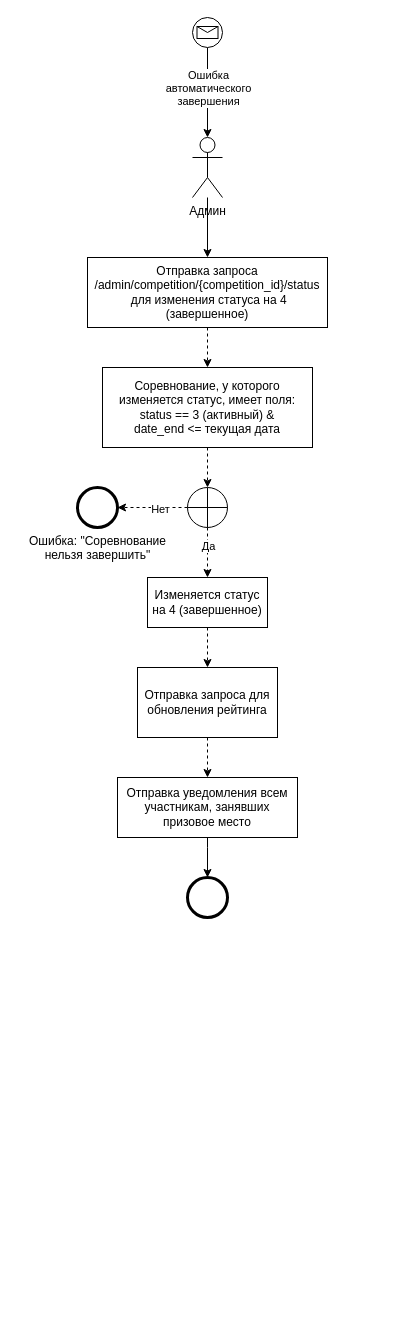
Above: page "Ручное" (2 of 2) of Завершение соревнования.drawio in aau8/draw.io (draw.io), before the change. Source tidied: cells renumbered, new cells numbered last; positions are measured from the earlier drawing's top-left corner, leaving out a move shared by most shapes. Both pictures are drawn from the tidied source at 100%, with x=0, y=0 at pixel (77, 17).
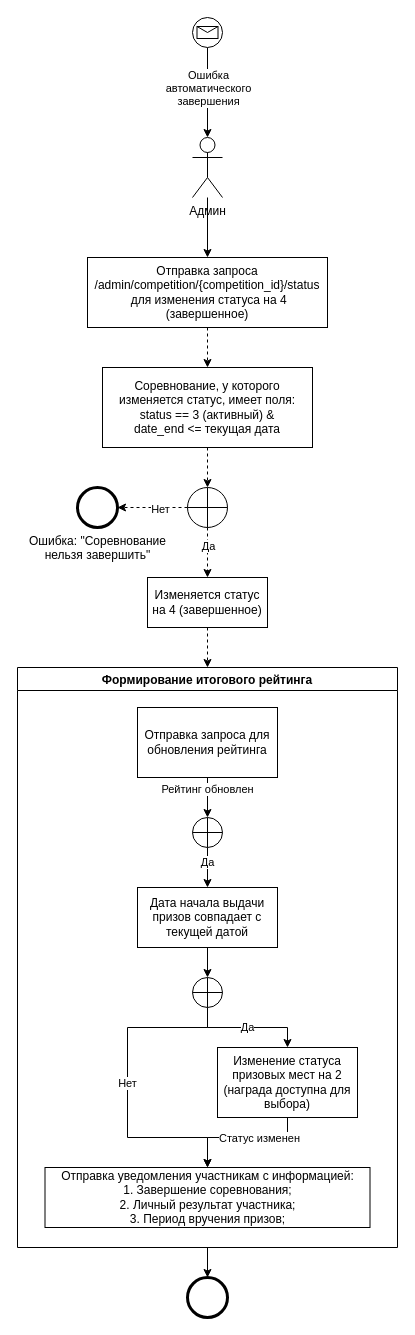
Above is the later version.

The change refers to these unchanged cells:
```xml
<mxCell id="17" value="Изменяется статус на 4 (завершенное)" style="whiteSpace=wrap;html=1;" parent="1" vertex="1">
  <mxGeometry x="70" y="560" width="120" height="50" as="geometry" />
</mxCell>
```

What changed in the source:
```diff
@@
-    <mxCell id="16" style="edgeStyle=orthogonalEdgeStyle;rounded=0;jettySize=auto;html=1;dashed=1;" parent="1" edge="1" source="17" target="20">
+    <mxCell id="16" style="edgeStyle=orthogonalEdgeStyle;rounded=0;jettySize=auto;html=1;dashed=1;" parent="1" edge="1" source="17" target="25">
       <mxGeometry relative="1" as="geometry" />
     </mxCell>
@@
-    <mxCell id="19" style="edgeStyle=orthogonalEdgeStyle;rounded=0;jettySize=auto;html=1;dashed=1;" parent="1" edge="1" source="20" target="22">
-      <mxGeometry relative="1" as="geometry" />
-    </mxCell>
+    <mxCell id="23" style="points=[[0.145,0.145,0],[0.5,0,0],[0.855,0.145,0],[1,0.5,0],[0.855,0.855,0],[0.5,1,0],[0.145,0.855,0],[0,0.5,0]];shape=mxgraph.bpmn.event;html=1;verticalLabelPosition=bottom;labelBackgroundColor=#ffffff;verticalAlign=top;align=center;perimeter=ellipsePerimeter;outlineConnect=0;outline=end;symbol=terminate2;" parent="1" vertex="1">
+      <mxGeometry x="110" y="1260" width="40" height="40" as="geometry" />
+    </mxCell>
+    <mxCell id="24" style="edgeStyle=orthogonalEdgeStyle;rounded=0;jettySize=auto;html=1;" parent="1" edge="1" source="25" target="23">
+      <mxGeometry relative="1" as="geometry" />
+    </mxCell>
+    <mxCell id="25" value="Формирование итогового рейтинга" style="swimlane;" parent="1" vertex="1">
+      <mxGeometry x="-60" y="650" width="380" height="580" as="geometry" />
+    </mxCell>
+    <mxCell id="26" style="edgeStyle=orthogonalEdgeStyle;rounded=0;jettySize=auto;html=1;" parent="25" edge="1" source="20" target="33">
+      <mxGeometry relative="1" as="geometry" />
+    </mxCell>
+    <mxCell id="27" value="Рейтинг обновлен" style="edgeLabel;html=1;align=center;verticalAlign=middle;" parent="26" vertex="1">
+      <mxGeometry x="-0.43" y="-1" relative="1" as="geometry" />
+    </mxCell>
-    <mxCell id="20" value="Отправка запроса для обновления рейтинга" style="whiteSpace=wrap;html=1;rounded=0;" parent="1" vertex="1">
-      <mxGeometry x="60" y="650" width="140" height="70" as="geometry" />
+    <mxCell id="20" value="Отправка запроса для обновления рейтинга" style="whiteSpace=wrap;html=1;rounded=0;" parent="25" vertex="1">
+      <mxGeometry x="120" y="40" width="140" height="70" as="geometry" />
     </mxCell>
-    <mxCell id="21" style="edgeStyle=orthogonalEdgeStyle;rounded=0;jettySize=auto;html=1;" parent="1" edge="1" source="22" target="23">
-      <mxGeometry relative="1" as="geometry">
-        <Array as="points">
-          <mxPoint x="130" y="830" />
-          <mxPoint x="130" y="830" />
-        </Array>
-      </mxGeometry>
-    </mxCell>
-    <mxCell id="22" value="Отправка уведомления всем участникам, занявших призовое место" style="whiteSpace=wrap;html=1;rounded=0;" parent="1" vertex="1">
-      <mxGeometry x="40" y="760" width="180" height="60" as="geometry" />
-    </mxCell>
-    <mxCell id="23" style="points=[[0.145,0.145,0],[0.5,0,0],[0.855,0.145,0],[1,0.5,0],[0.855,0.855,0],[0.5,1,0],[0.145,0.855,0],[0,0.5,0]];shape=mxgraph.bpmn.event;html=1;verticalLabelPosition=bottom;labelBackgroundColor=#ffffff;verticalAlign=top;align=center;perimeter=ellipsePerimeter;outlineConnect=0;outline=end;symbol=terminate2;" parent="1" vertex="1">
-      <mxGeometry x="110" y="860" width="40" height="40" as="geometry" />
-    </mxCell>
+    <mxCell id="28" style="edgeStyle=orthogonalEdgeStyle;rounded=0;jettySize=auto;html=1;" parent="25" edge="1" source="30" target="40">
+      <mxGeometry relative="1" as="geometry">
+        <Array as="points">
+          <mxPoint x="270" y="470" />
+          <mxPoint x="190" y="470" />
+        </Array>
+      </mxGeometry>
+    </mxCell>
+    <mxCell id="29" value="Статус изменен" style="edgeLabel;html=1;align=center;verticalAlign=middle;" parent="28" vertex="1">
+      <mxGeometry x="-0.25" relative="1" as="geometry" />
+    </mxCell>
+    <mxCell id="30" value="Изменение статуса призовых мест на 2 (награда доступна для выбора)" style="whiteSpace=wrap;html=1;rounded=0;" parent="25" vertex="1">
+      <mxGeometry x="200" y="380" width="140" height="70" as="geometry" />
+    </mxCell>
+    <mxCell id="31" style="edgeStyle=orthogonalEdgeStyle;rounded=0;jettySize=auto;html=1;" parent="25" edge="1" source="33" target="34">
+      <mxGeometry relative="1" as="geometry" />
+    </mxCell>
+    <mxCell id="32" value="Да" style="edgeLabel;html=1;align=center;verticalAlign=middle;" parent="31" vertex="1">
+      <mxGeometry x="-0.29" y="-1" relative="1" as="geometry" />
+    </mxCell>
+    <mxCell id="33" style="shape=orEllipse;perimeter=ellipsePerimeter;whiteSpace=wrap;html=1;backgroundOutline=1;" parent="25" vertex="1">
+      <mxGeometry x="175" y="150" width="30" height="30" as="geometry" />
+    </mxCell>
+    <mxCell id="34" value="Дата начала выдачи призов совпадает с текущей датой" style="whiteSpace=wrap;html=1;rounded=0;" parent="25" vertex="1">
+      <mxGeometry x="120" y="220" width="140" height="60" as="geometry" />
+    </mxCell>
+    <mxCell id="35" value="Да" style="edgeStyle=orthogonalEdgeStyle;rounded=0;jettySize=auto;html=1;" parent="25" edge="1" source="38" target="30">
+      <mxGeometry relative="1" as="geometry" />
+    </mxCell>
+    <mxCell id="36" style="edgeStyle=orthogonalEdgeStyle;rounded=0;jettySize=auto;html=1;entryX=0.5;entryY=0;entryDx=0;entryDy=0;" parent="25" edge="1" source="38" target="40">
+      <mxGeometry relative="1" as="geometry">
+        <Array as="points">
+          <mxPoint x="190" y="360" />
+          <mxPoint x="110" y="360" />
+          <mxPoint x="110" y="470" />
+          <mxPoint x="190" y="470" />
+        </Array>
+      </mxGeometry>
+    </mxCell>
+    <mxCell id="37" value="Нет" style="edgeLabel;html=1;align=center;verticalAlign=middle;" parent="36" vertex="1">
+      <mxGeometry x="0.07" y="-1" relative="1" as="geometry">
+        <mxPoint y="-16" as="offset" />
+      </mxGeometry>
+    </mxCell>
+    <mxCell id="38" style="shape=orEllipse;perimeter=ellipsePerimeter;whiteSpace=wrap;html=1;backgroundOutline=1;" parent="25" vertex="1">
+      <mxGeometry x="175" y="310" width="30" height="30" as="geometry" />
+    </mxCell>
+    <mxCell id="39" style="edgeStyle=orthogonalEdgeStyle;rounded=0;jettySize=auto;html=1;" parent="25" edge="1" source="34" target="38">
+      <mxGeometry relative="1" as="geometry" />
+    </mxCell>
+    <mxCell id="40" value="Отправка уведомления участникам с информацией:&lt;br&gt;1. Завершение соревнования;&lt;br&gt;2. Личный результат участника;&lt;br&gt;3. Период вручения призов;" style="whiteSpace=wrap;html=1;rounded=0;" parent="25" vertex="1">
+      <mxGeometry x="27.5" y="500" width="325" height="60" as="geometry" />
+    </mxCell>
```
